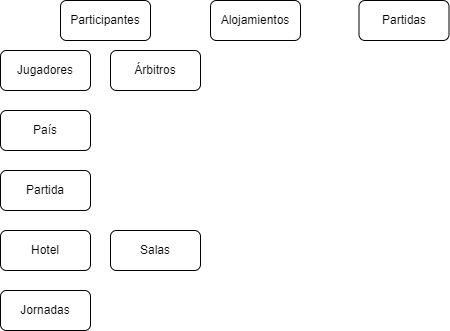
Above: Unidad-1/Tareas/Tareas-evaluables/Tarea-evaluable-2/tarea-evaluable-2.drawio.png in LuisMGlez/base-datos (draw.io), before the change. Source tidied: cells renumbered, new cells last; positions are measured from the earlier drawing's top-left corner, leaving out a move shared by most shapes.
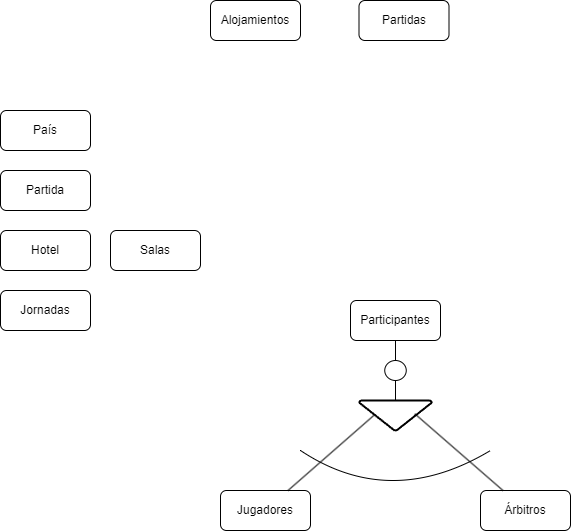
After the change.

What changed in the source:
```diff
@@ -3,7 +3,7 @@
     <mxCell id="0" />
     <mxCell id="1" parent="0" />
     <mxCell id="2" value="Jugadores" style="rounded=1;whiteSpace=wrap;html=1;" parent="1" vertex="1">
-      <mxGeometry y="50" width="90" height="40" as="geometry" />
+      <mxGeometry x="220" y="490" width="90" height="40" as="geometry" />
     </mxCell>
     <mxCell id="3" value="Salas" style="rounded=1;whiteSpace=wrap;html=1;" parent="1" vertex="1">
       <mxGeometry x="110" y="230" width="90" height="40" as="geometry" />
@@ -21,10 +21,10 @@
       <mxGeometry y="110" width="90" height="40" as="geometry" />
     </mxCell>
     <mxCell id="8" value="Participantes" style="rounded=1;whiteSpace=wrap;html=1;" parent="1" vertex="1">
-      <mxGeometry x="60" width="90" height="40" as="geometry" />
+      <mxGeometry x="350" y="300" width="90" height="40" as="geometry" />
     </mxCell>
     <mxCell id="9" value="Árbitros" style="rounded=1;whiteSpace=wrap;html=1;" parent="1" vertex="1">
-      <mxGeometry x="110" y="50" width="90" height="40" as="geometry" />
+      <mxGeometry x="480" y="490" width="90" height="40" as="geometry" />
     </mxCell>
     <mxCell id="10" value="Alojamientos" style="rounded=1;whiteSpace=wrap;html=1;" parent="1" vertex="1">
       <mxGeometry x="210" width="90" height="40" as="geometry" />
@@ -32,5 +32,32 @@
     <mxCell id="11" value="Partidas" style="rounded=1;whiteSpace=wrap;html=1;" parent="1" vertex="1">
       <mxGeometry x="358.5" width="90" height="40" as="geometry" />
     </mxCell>
+    <mxCell id="12" style="strokeWidth=2;html=1;shape=mxgraph.flowchart.merge_or_storage;whiteSpace=wrap;" parent="1" vertex="1">
+      <mxGeometry x="358.8" y="400" width="72.5" height="30" as="geometry" />
+    </mxCell>
+    <mxCell id="13" style="rounded=0;jettySize=auto;html=1;exitX=0.75;exitY=0;exitDx=0;exitDy=0;entryX=0.204;entryY=0.491;entryDx=0;entryDy=0;entryPerimeter=0;endArrow=none;endFill=0;" parent="1" edge="1" source="2" target="12">
+      <mxGeometry relative="1" as="geometry" />
+    </mxCell>
+    <mxCell id="14" style="rounded=0;jettySize=auto;html=1;exitX=0.25;exitY=0;exitDx=0;exitDy=0;endArrow=none;endFill=0;entryX=0.766;entryY=0.443;entryDx=0;entryDy=0;entryPerimeter=0;" parent="1" edge="1" source="9" target="12">
+      <mxGeometry relative="1" as="geometry" />
+    </mxCell>
+    <mxCell id="15" style="rounded=0;jettySize=auto;html=1;exitX=0.5;exitY=1;exitDx=0;exitDy=0;entryX=0.5;entryY=0;entryDx=0;entryDy=0;entryPerimeter=0;endArrow=none;endFill=0;" parent="1" edge="1" source="17" target="12">
+      <mxGeometry relative="1" as="geometry" />
+    </mxCell>
+    <mxCell id="16" style="rounded=0;jettySize=auto;html=1;exitX=0.5;exitY=1;exitDx=0;exitDy=0;entryX=0.5;entryY=0;entryDx=0;entryDy=0;entryPerimeter=0;endArrow=none;endFill=0;" parent="1" edge="1" source="8" target="17">
+      <mxGeometry relative="1" as="geometry" />
+    </mxCell>
+    <mxCell id="17" style="verticalLabelPosition=bottom;verticalAlign=top;html=1;shape=mxgraph.flowchart.on-page_reference;" parent="1" vertex="1">
+      <mxGeometry x="384.2" y="360" width="21.5" height="20" as="geometry" />
+    </mxCell>
+    <mxCell id="18" style="curved=1;endArrow=none;html=1;rounded=0;endFill=0;" parent="1" edge="1">
+      <mxGeometry relative="1" as="geometry">
+        <mxPoint x="300" y="450" as="sourcePoint" />
+        <mxPoint x="490" y="450" as="targetPoint" />
+        <Array as="points">
+          <mxPoint x="390" y="510" />
+        </Array>
+      </mxGeometry>
+    </mxCell>
   </root>
 </mxGraphModel>
```
